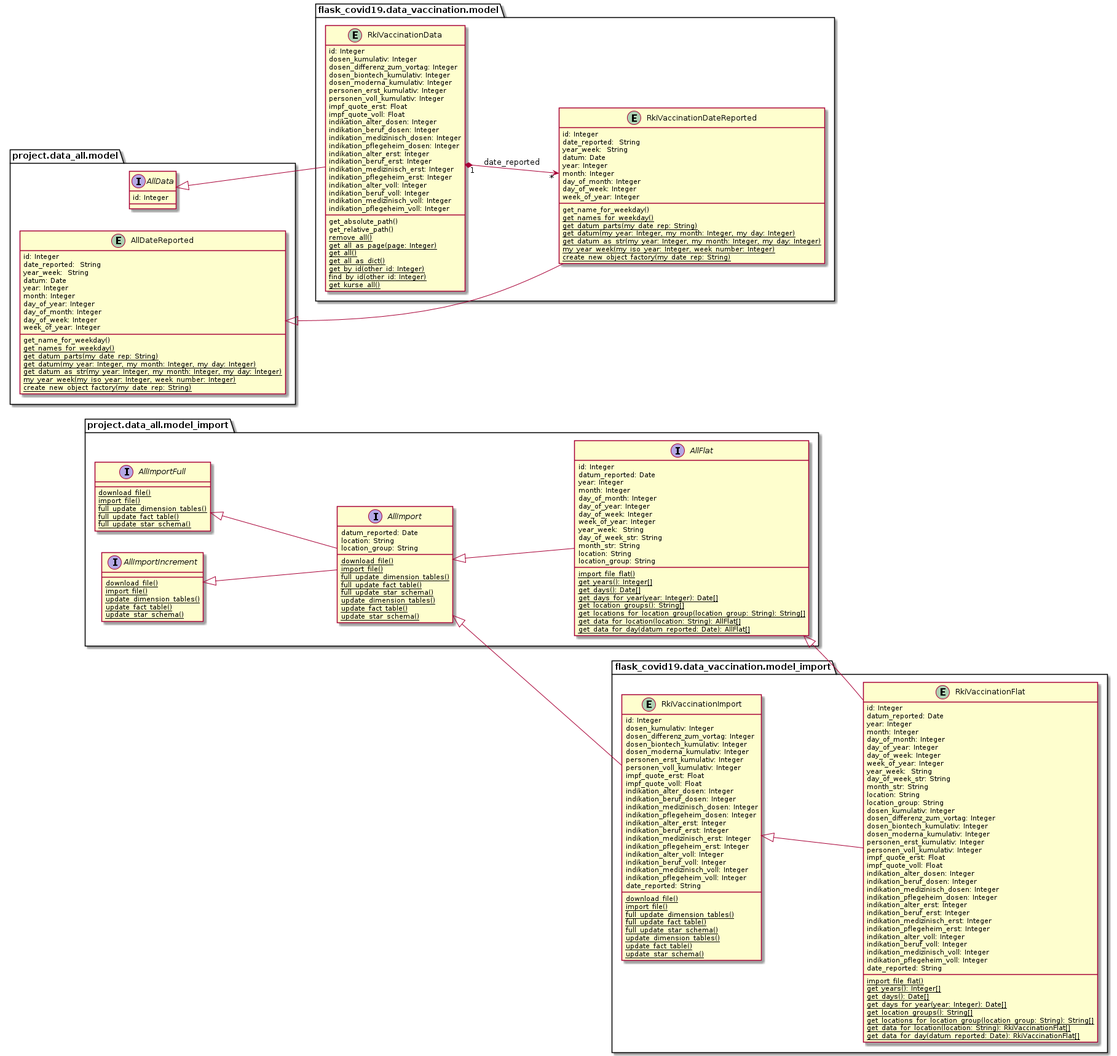
Before: docs/uml/data_vaccination/rki_vaccination_domain_model.png, a diagram exported from PlantUML (thomaswoehlke/flask_covid19).
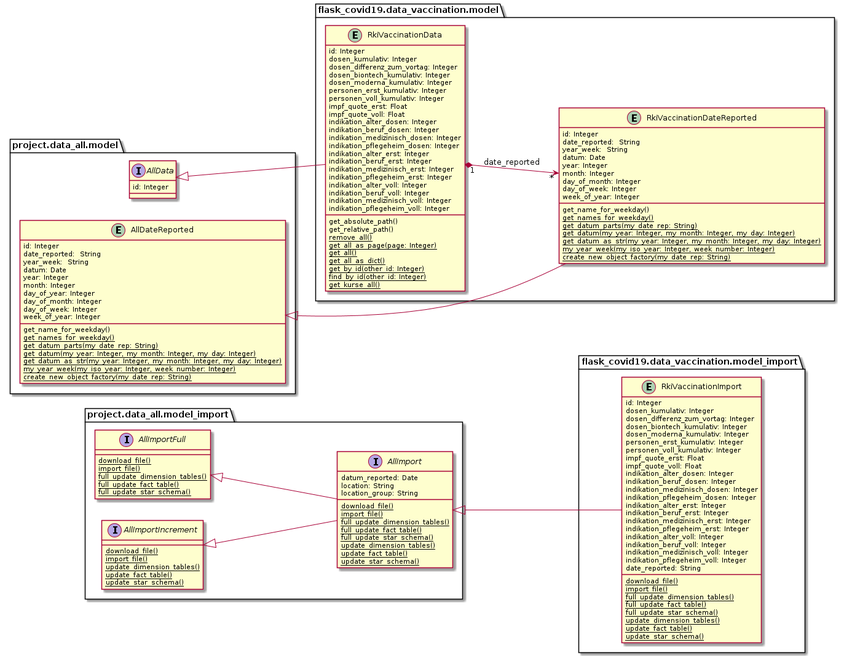
Above is the later version.

Change to the diagram source:
```diff
@@ -32,30 +32,6 @@
 		{classifier} update_dimension_tables()
 		{classifier} update_fact_table()
 		{classifier} update_star_schema()
-	}
-
-	interface AllFlat {
-	    id: Integer
-	    datum_reported: Date
-	    year: Integer
-	    month: Integer
-	    day_of_month: Integer
-		day_of_year: Integer
-	    day_of_week: Integer
-	    week_of_year: Integer
-	    year_week:  String
-	    day_of_week_str: String
-		month_str: String
-		location: String
-		location_group: String
-		{classifier} import_file_flat()
-		{classifier} get_years(): Integer[]
-		{classifier} get_days(): Date[]
-		{classifier} get_days_for_year(year: Integer): Date[]
-		{classifier} get_location_groups(): String[]
-		{classifier} get_locations_for_location_group(location_group: String): String[]
-		{classifier} get_data_for_location(location: String): AllFlat[]
-		{classifier} get_data_for_day(datum_reported: Date): AllFlat[]
 	}
 }
 
@@ -93,60 +69,11 @@
 		{classifier} update_fact_table()
 		{classifier} update_star_schema()
 	}
-
-	entity RkiVaccinationFlat {
-	    id: Integer
-	    datum_reported: Date
-	    year: Integer
-	    month: Integer
-	    day_of_month: Integer
-		day_of_year: Integer
-	    day_of_week: Integer
-	    week_of_year: Integer
-	    year_week:  String
-	    day_of_week_str: String
-		month_str: String
-		location: String
-		location_group: String
-	    dosen_kumulativ: Integer
-	    dosen_differenz_zum_vortag: Integer
-	    dosen_biontech_kumulativ: Integer
-	    dosen_moderna_kumulativ: Integer
-	    personen_erst_kumulativ: Integer
-	    personen_voll_kumulativ: Integer
-	    impf_quote_erst: Float
-	    impf_quote_voll: Float
-	    indikation_alter_dosen: Integer
-	    indikation_beruf_dosen: Integer
-	    indikation_medizinisch_dosen: Integer
-	    indikation_pflegeheim_dosen: Integer
-	    indikation_alter_erst: Integer
-	    indikation_beruf_erst: Integer
-	    indikation_medizinisch_erst: Integer
-	    indikation_pflegeheim_erst: Integer
-	    indikation_alter_voll: Integer
-	    indikation_beruf_voll: Integer
-	    indikation_medizinisch_voll: Integer
-	    indikation_pflegeheim_voll: Integer
-	    date_reported: String
-		{classifier} import_file_flat()
-		{classifier} get_years(): Integer[]
-		{classifier} get_days(): Date[]
-		{classifier} get_days_for_year(year: Integer): Date[]
-		{classifier} get_location_groups(): String[]
-		{classifier} get_locations_for_location_group(location_group: String): String[]
-		{classifier} get_data_for_location(location: String): RkiVaccinationFlat[]
-		{classifier} get_data_for_day(datum_reported: Date): RkiVaccinationFlat[]
-	}
 }
 
 AllImportFull <|-- AllImport
 AllImportIncrement <|-- AllImport
-AllImport <|-- AllFlat
 AllImport <|-- RkiVaccinationImport
-AllFlat <|-- RkiVaccinationFlat
-RkiVaccinationImport <|-- RkiVaccinationFlat
-
 
 package project.data_all.model {
 
```
